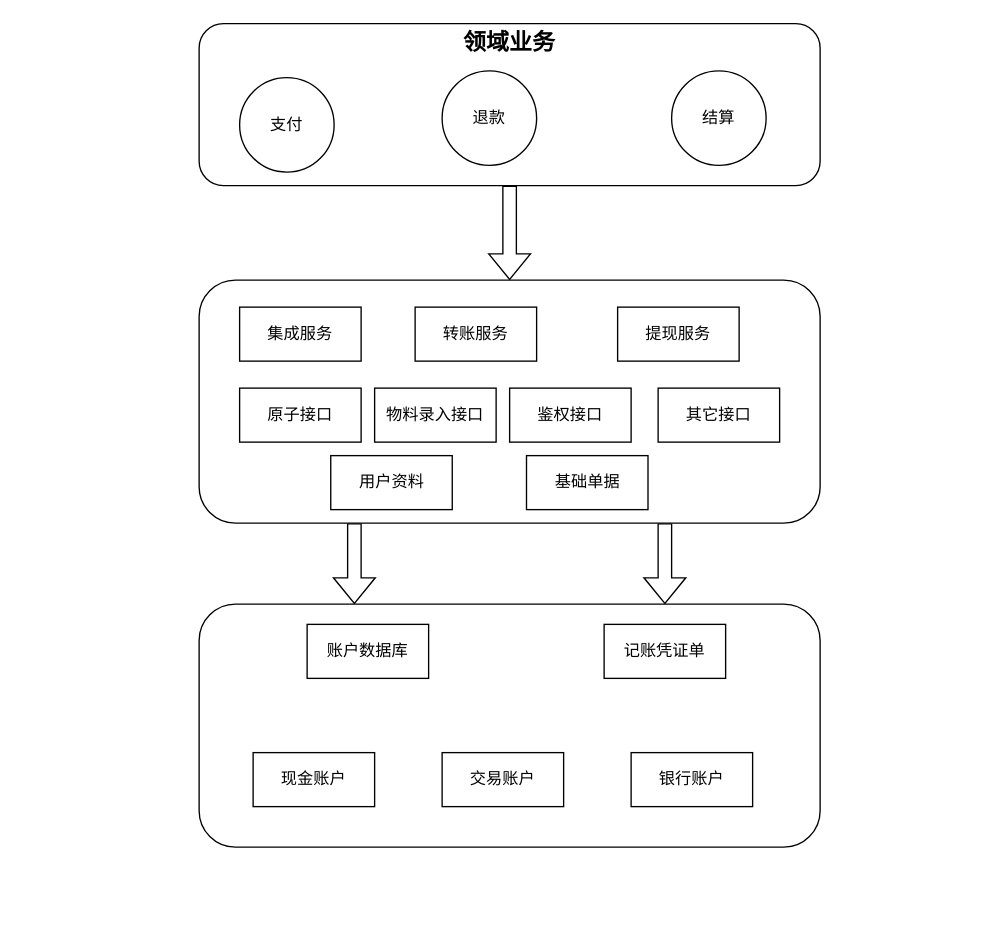
This is 支付领域.drawio from zhufuyin/draw, a draw.io file, before an edit. Source tidied: cells renumbered, new cells numbered last; positions are measured from the earlier drawing's top-left corner, leaving out a move shared by most shapes. Both pictures are drawn from the tidied source at 135%, with x=0, y=0 at pixel (198, 23).
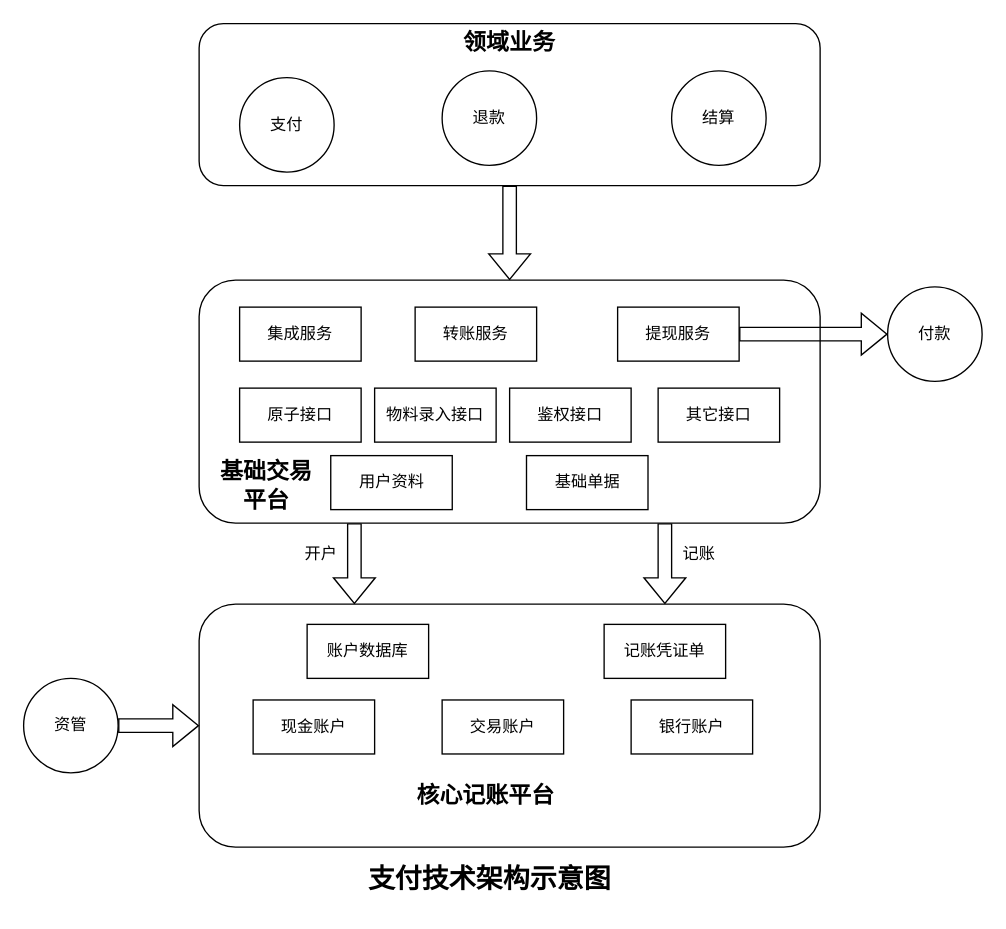
Above is the later version.

Commit message (it also covers changes not shown here):
更新支付领域.drawio

Unchanged cells that the change refers to:
```xml
<mxCell id="12" value="提现服务" style="rounded=0;whiteSpace=wrap;html=1;" parent="1" vertex="1">
  <mxGeometry x="310" y="210" width="90" height="40" as="geometry" />
</mxCell>
<mxCell id="19" style="rounded=1;whiteSpace=wrap;html=1;" parent="1" vertex="1">
  <mxGeometry y="430" width="460" height="180" as="geometry" />
</mxCell>
```

Change to the diagram source:
```diff
@@
+    <mxCell id="26" style="edgeStyle=orthogonalEdgeStyle;rounded=0;jettySize=auto;html=1;exitX=1;exitY=0.5;exitDx=0;exitDy=0;entryX=0;entryY=0.5;entryDx=0;entryDy=0;shape=flexArrow;" parent="1" edge="1" source="12" target="33">
+      <mxGeometry relative="1" as="geometry" />
+    </mxCell>
@@
     <mxCell id="22" value="现金账户" style="rounded=0;whiteSpace=wrap;html=1;" parent="1" vertex="1">
-      <mxGeometry x="40" y="540" width="90" height="40" as="geometry" />
+      <mxGeometry x="40" y="501" width="90" height="40" as="geometry" />
     </mxCell>
     <mxCell id="23" value="交易账户" style="rounded=0;whiteSpace=wrap;html=1;" parent="1" vertex="1">
-      <mxGeometry x="180" y="540" width="90" height="40" as="geometry" />
+      <mxGeometry x="180" y="501" width="90" height="40" as="geometry" />
     </mxCell>
     <mxCell id="24" value="银行账户" style="rounded=0;whiteSpace=wrap;html=1;" parent="1" vertex="1">
-      <mxGeometry x="320" y="540" width="90" height="40" as="geometry" />
+      <mxGeometry x="320" y="501" width="90" height="40" as="geometry" />
     </mxCell>
@@
+    <mxCell id="27" value="开户" style="text;html=1;align=center;verticalAlign=middle;strokeColor=none;fillColor=none;" parent="1" vertex="1">
+      <mxGeometry x="65" y="378" width="50" height="30" as="geometry" />
+    </mxCell>
+    <mxCell id="28" value="记账" style="text;html=1;align=center;verticalAlign=middle;strokeColor=none;fillColor=none;" parent="1" vertex="1">
+      <mxGeometry x="345" y="378" width="50" height="30" as="geometry" />
+    </mxCell>
+    <mxCell id="29" value="&lt;b&gt;&lt;font style=&quot;font-size: 17px;&quot;&gt;基础交易平台&lt;/font&gt;&lt;/b&gt;" style="text;html=1;align=center;verticalAlign=middle;whiteSpace=wrap;rounded=0;" parent="1" vertex="1">
+      <mxGeometry x="10" y="320" width="80" height="45" as="geometry" />
+    </mxCell>
+    <mxCell id="30" value="&lt;b&gt;&lt;font style=&quot;font-size: 17px;&quot;&gt;核心记账平台&lt;/font&gt;&lt;/b&gt;" style="text;html=1;align=center;verticalAlign=middle;whiteSpace=wrap;rounded=0;" parent="1" vertex="1">
+      <mxGeometry x="135" y="550" width="155" height="45" as="geometry" />
+    </mxCell>
+    <mxCell id="31" style="edgeStyle=orthogonalEdgeStyle;rounded=0;jettySize=auto;html=1;exitX=1;exitY=0.5;exitDx=0;exitDy=0;entryX=0;entryY=0.5;entryDx=0;entryDy=0;shape=flexArrow;" parent="1" edge="1" source="32" target="19">
+      <mxGeometry relative="1" as="geometry" />
+    </mxCell>
+    <mxCell id="32" value="资管" style="ellipse;whiteSpace=wrap;html=1;" parent="1" vertex="1">
+      <mxGeometry x="-130" y="485" width="70" height="70" as="geometry" />
+    </mxCell>
+    <mxCell id="33" value="付款" style="ellipse;whiteSpace=wrap;html=1;" parent="1" vertex="1">
+      <mxGeometry x="510" y="195" width="70" height="70" as="geometry" />
+    </mxCell>
+    <mxCell id="34" value="&lt;b&gt;&lt;font style=&quot;font-size: 20px;&quot;&gt;支付技术架构示意图&lt;/font&gt;&lt;/b&gt;" style="text;html=1;align=center;verticalAlign=middle;strokeColor=none;fillColor=none;" parent="1" vertex="1">
+      <mxGeometry x="115" y="613" width="200" height="40" as="geometry" />
+    </mxCell>
```
